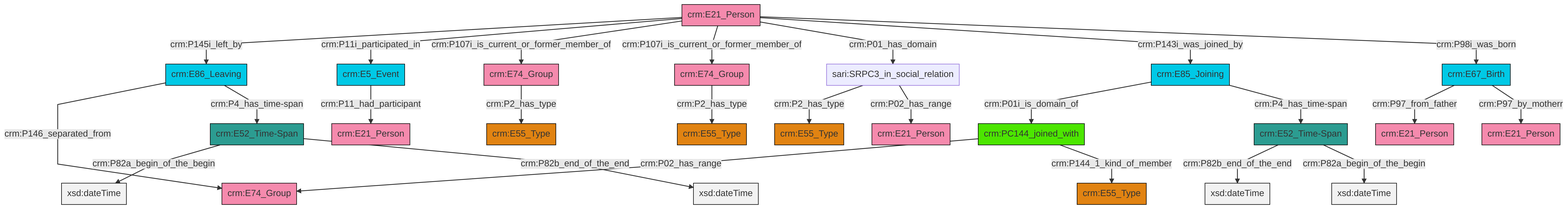
Before: et/personCSV/ttl/mmd/png/Person_Actor_Relations.png, a diagram exported from Mermaid (swiss-art-research-net/docs.swissartresearch). Its source is kept beside it as et/personCSV/ttl/mmd/Person_Actor_Relations.ttl.mmd.
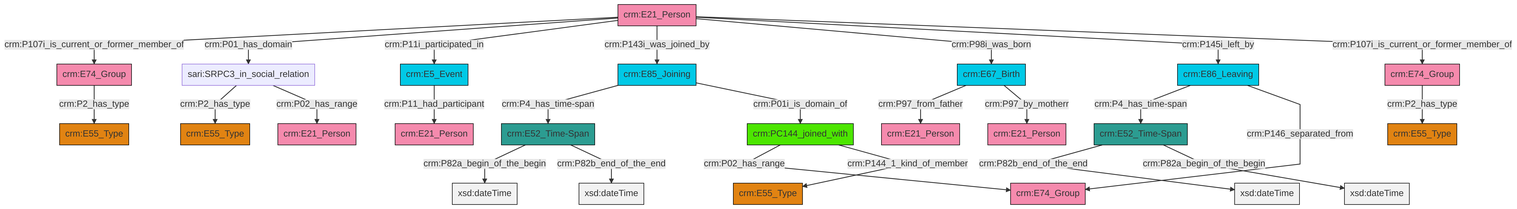
The same file after the commit.

Diff of the diagram source:
```diff
@@ -13,27 +13,27 @@
 classDef PC_Classes fill:#4ce600, stroke:#000000;
 classDef Multi fill:#cccccc,stroke:#000000;
 
-4["crm:E85_Joining"]:::Temporal_Entity -->|crm:P01i_is_domain_of| 0["crm:PC144_joined_with"]:::PC_Classes
-5["crm:E74_Group"]:::Actor -->|crm:P2_has_type| 6["crm:E55_Type"]:::Type
-13["crm:E86_Leaving"]:::Temporal_Entity -->|crm:P146_separated_from| 14["crm:E74_Group"]:::Actor
-15["crm:E21_Person"]:::Actor -->|crm:P145i_left_by| 13["crm:E86_Leaving"]:::Temporal_Entity
-17["crm:E67_Birth"]:::Temporal_Entity -->|crm:P97_from_father| 18["crm:E21_Person"]:::Actor
-11["crm:E52_Time-Span"]:::Time-Span -->|crm:P82a_begin_of_the_begin| 19[xsd:dateTime]:::Literal
-15["crm:E21_Person"]:::Actor -->|crm:P11i_participated_in| 22["crm:E5_Event"]:::Temporal_Entity
-15["crm:E21_Person"]:::Actor -->|crm:P107i_is_current_or_former_member_of| 5["crm:E74_Group"]:::Actor
-17["crm:E67_Birth"]:::Temporal_Entity -->|crm:P97_by_motherr| 2["crm:E21_Person"]:::Actor
-13["crm:E86_Leaving"]:::Temporal_Entity -->|crm:P4_has_time-span| 11["crm:E52_Time-Span"]:::Time-Span
-11["crm:E52_Time-Span"]:::Time-Span -->|crm:P82b_end_of_the_end| 25[xsd:dateTime]:::Literal
-30["sari:SRPC3_in_social_relation"]:::Default -->|crm:P2_has_type| 31["crm:E55_Type"]:::Type
-26["crm:E52_Time-Span"]:::Time-Span -->|crm:P82b_end_of_the_end| 33[xsd:dateTime]:::Literal
-30["sari:SRPC3_in_social_relation"]:::Default -->|crm:P02_has_range| 9["crm:E21_Person"]:::Actor
-15["crm:E21_Person"]:::Actor -->|crm:P107i_is_current_or_former_member_of| 35["crm:E74_Group"]:::Actor
-15["crm:E21_Person"]:::Actor -->|crm:P01_has_domain| 30["sari:SRPC3_in_social_relation"]:::Default
-4["crm:E85_Joining"]:::Temporal_Entity -->|crm:P4_has_time-span| 26["crm:E52_Time-Span"]:::Time-Span
-15["crm:E21_Person"]:::Actor -->|crm:P143i_was_joined_by| 4["crm:E85_Joining"]:::Temporal_Entity
-0["crm:PC144_joined_with"]:::PC_Classes -->|crm:P02_has_range| 14["crm:E74_Group"]:::Actor
-35["crm:E74_Group"]:::Actor -->|crm:P2_has_type| 7["crm:E55_Type"]:::Type
-15["crm:E21_Person"]:::Actor -->|crm:P98i_was_born| 17["crm:E67_Birth"]:::Temporal_Entity
-22["crm:E5_Event"]:::Temporal_Entity -->|crm:P11_had_participant| 43["crm:E21_Person"]:::Actor
-0["crm:PC144_joined_with"]:::PC_Classes -->|crm:P144_1_kind_of_member| 20["crm:E55_Type"]:::Type
-26["crm:E52_Time-Span"]:::Time-Span -->|crm:P82a_begin_of_the_begin| 46[xsd:dateTime]:::Literal
+0["crm:E85_Joining"]:::Temporal_Entity -->|crm:P4_has_time-span| 1["crm:E52_Time-Span"]:::Time-Span
+4["crm:E21_Person"]:::Actor -->|crm:P107i_is_current_or_former_member_of| 6["crm:E74_Group"]:::Actor
+6["crm:E74_Group"]:::Actor -->|crm:P2_has_type| 7["crm:E55_Type"]:::Type
+4["crm:E21_Person"]:::Actor -->|crm:P01_has_domain| 12["sari:SRPC3_in_social_relation"]:::Default
+14["crm:E74_Group"]:::Actor -->|crm:P2_has_type| 15["crm:E55_Type"]:::Type
+4["crm:E21_Person"]:::Actor -->|crm:P11i_participated_in| 16["crm:E5_Event"]:::Temporal_Entity
+17["crm:E86_Leaving"]:::Temporal_Entity -->|crm:P4_has_time-span| 19["crm:E52_Time-Span"]:::Time-Span
+19["crm:E52_Time-Span"]:::Time-Span -->|crm:P82b_end_of_the_end| 20[xsd:dateTime]:::Literal
+19["crm:E52_Time-Span"]:::Time-Span -->|crm:P82a_begin_of_the_begin| 22[xsd:dateTime]:::Literal
+25["crm:E67_Birth"]:::Temporal_Entity -->|crm:P97_from_father| 29["crm:E21_Person"]:::Actor
+25["crm:E67_Birth"]:::Temporal_Entity -->|crm:P97_by_motherr| 32["crm:E21_Person"]:::Actor
+17["crm:E86_Leaving"]:::Temporal_Entity -->|crm:P146_separated_from| 2["crm:E74_Group"]:::Actor
+16["crm:E5_Event"]:::Temporal_Entity -->|crm:P11_had_participant| 23["crm:E21_Person"]:::Actor
+4["crm:E21_Person"]:::Actor -->|crm:P143i_was_joined_by| 0["crm:E85_Joining"]:::Temporal_Entity
+4["crm:E21_Person"]:::Actor -->|crm:P98i_was_born| 25["crm:E67_Birth"]:::Temporal_Entity
+0["crm:E85_Joining"]:::Temporal_Entity -->|crm:P01i_is_domain_of| 35["crm:PC144_joined_with"]:::PC_Classes
+12["sari:SRPC3_in_social_relation"]:::Default -->|crm:P2_has_type| 36["crm:E55_Type"]:::Type
+4["crm:E21_Person"]:::Actor -->|crm:P145i_left_by| 17["crm:E86_Leaving"]:::Temporal_Entity
+35["crm:PC144_joined_with"]:::PC_Classes -->|crm:P02_has_range| 2["crm:E74_Group"]:::Actor
+1["crm:E52_Time-Span"]:::Time-Span -->|crm:P82a_begin_of_the_begin| 39[xsd:dateTime]:::Literal
+12["sari:SRPC3_in_social_relation"]:::Default -->|crm:P02_has_range| 10["crm:E21_Person"]:::Actor
+1["crm:E52_Time-Span"]:::Time-Span -->|crm:P82b_end_of_the_end| 41[xsd:dateTime]:::Literal
+4["crm:E21_Person"]:::Actor -->|crm:P107i_is_current_or_former_member_of| 14["crm:E74_Group"]:::Actor
+35["crm:PC144_joined_with"]:::PC_Classes -->|crm:P144_1_kind_of_member| 27["crm:E55_Type"]:::Type
```
